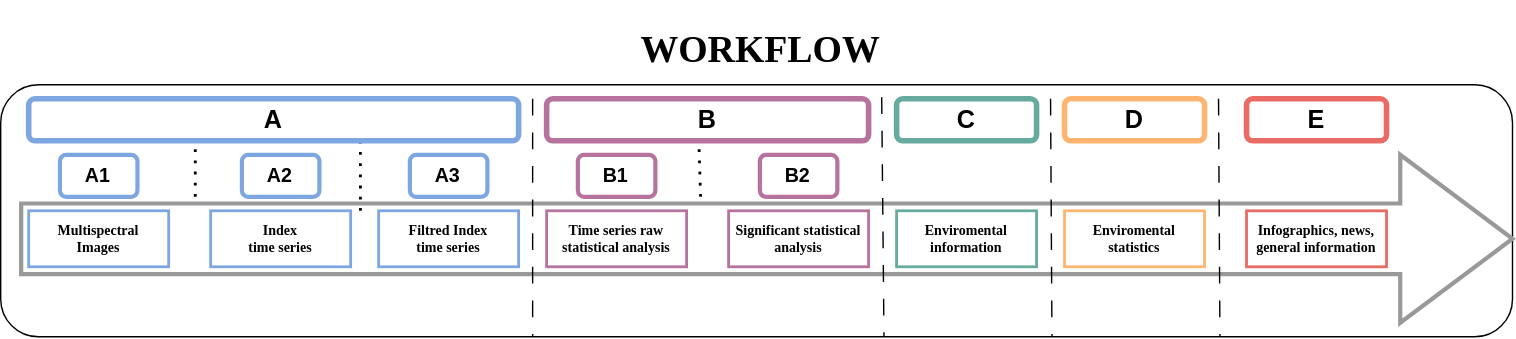
Above: img/workFlow.drawio.svg in GeoInfolandyn/infolandyn.github.io (draw.io), before the change. Source tidied: cells renumbered, new cells last; positions are measured from the earlier drawing's top-left corner, leaving out a move shared by most shapes.
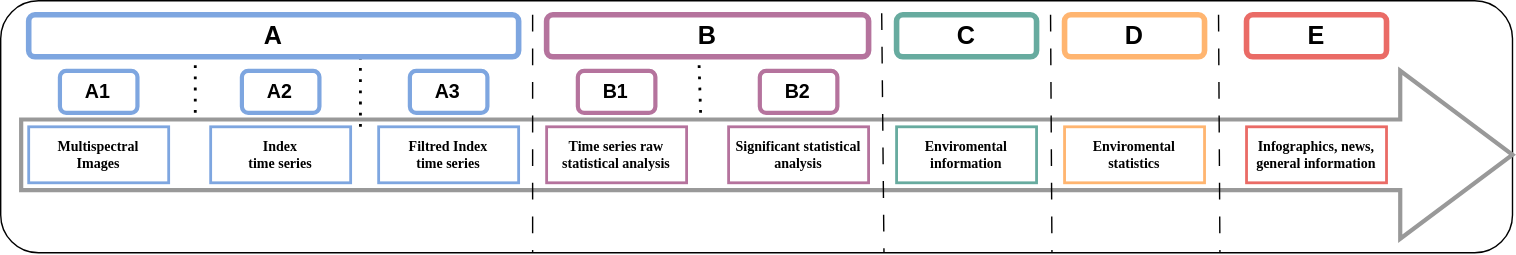
The same file after the commit.

Commit message:
Mejora diagrama workflow

The edit, as a diff of the source:
```diff
@@ -44,9 +44,6 @@
         <mxPoint x="631" y="240" as="targetPoint" />
       </mxGeometry>
     </mxCell>
-    <mxCell id="14" value="&lt;h1&gt;&lt;font face=&quot;Verdana&quot; style=&quot;font-size: 27px;&quot;&gt;WORKFLOW&lt;/font&gt;&lt;/h1&gt;" style="text;html=1;strokeColor=none;fillColor=none;align=center;verticalAlign=middle;whiteSpace=wrap;rounded=0;" parent="1" vertex="1">
-      <mxGeometry x="310" width="466" height="70" as="geometry" />
-    </mxCell>
     <mxCell id="15" style="endArrow=none;dashed=1;html=1;dashPattern=1 3;strokeWidth=2;rounded=0;entryX=0.677;entryY=1.04;entryDx=0;entryDy=0;entryPerimeter=0;" parent="1" edge="1" target="19">
       <mxGeometry relative="1" as="geometry">
         <mxPoint x="257" y="150" as="sourcePoint" />
```
